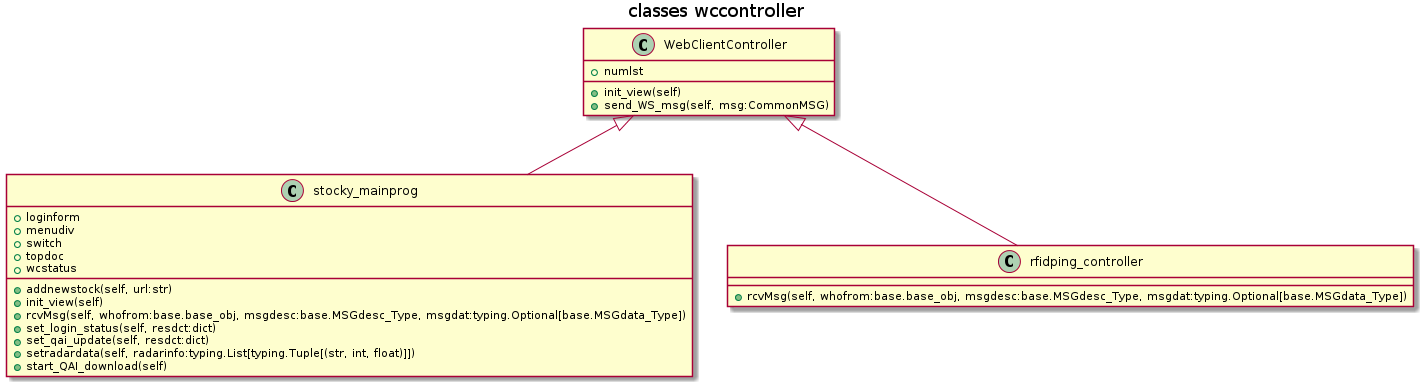
Before: stocky-devel/stocky/docs/source/uml_images/classes_wccontroller_classes.png, a diagram exported from PlantUML (cfe-lab/stocky). Source of this version:
```plantuml
@startuml
title classes wccontroller
class WebClientController {
    +numlst
    +init_view(self)
    +send_WS_msg(self, msg:CommonMSG)
}
class stocky_mainprog {
    +loginform
    +menudiv
    +switch
    +topdoc
    +wcstatus
    +addnewstock(self, url:str)
    +init_view(self)
    +rcvMsg(self, whofrom:base.base_obj, msgdesc:base.MSGdesc_Type, msgdat:typing.Optional[base.MSGdata_Type])
    +set_login_status(self, resdct:dict)
    +set_qai_update(self, resdct:dict)
    +setradardata(self, radarinfo:typing.List[typing.Tuple[(str, int, float)]])
    +start_QAI_download(self)
}
class rfidping_controller {
    +rcvMsg(self, whofrom:base.base_obj, msgdesc:base.MSGdesc_Type, msgdat:typing.Optional[base.MSGdata_Type])
}

WebClientController <|-- stocky_mainprog
WebClientController <|-- rfidping_controller

@enduml
```
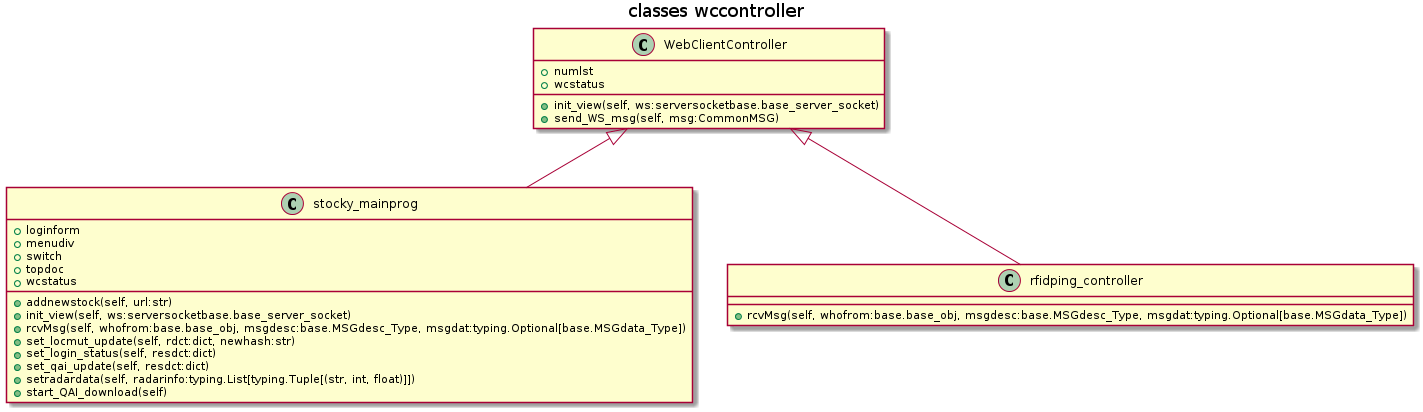
After the commit.

The edit, as a diff of the source:
```diff
@@ -2,7 +2,8 @@
 title classes wccontroller
 class WebClientController {
     +numlst
-    +init_view(self)
+    +wcstatus
+    +init_view(self, ws:serversocketbase.base_server_socket)
     +send_WS_msg(self, msg:CommonMSG)
 }
 class stocky_mainprog {
@@ -12,8 +13,9 @@
     +topdoc
     +wcstatus
     +addnewstock(self, url:str)
-    +init_view(self)
+    +init_view(self, ws:serversocketbase.base_server_socket)
     +rcvMsg(self, whofrom:base.base_obj, msgdesc:base.MSGdesc_Type, msgdat:typing.Optional[base.MSGdata_Type])
+    +set_locmut_update(self, rdct:dict, newhash:str)
     +set_login_status(self, resdct:dict)
     +set_qai_update(self, resdct:dict)
     +setradardata(self, radarinfo:typing.List[typing.Tuple[(str, int, float)]])
```
